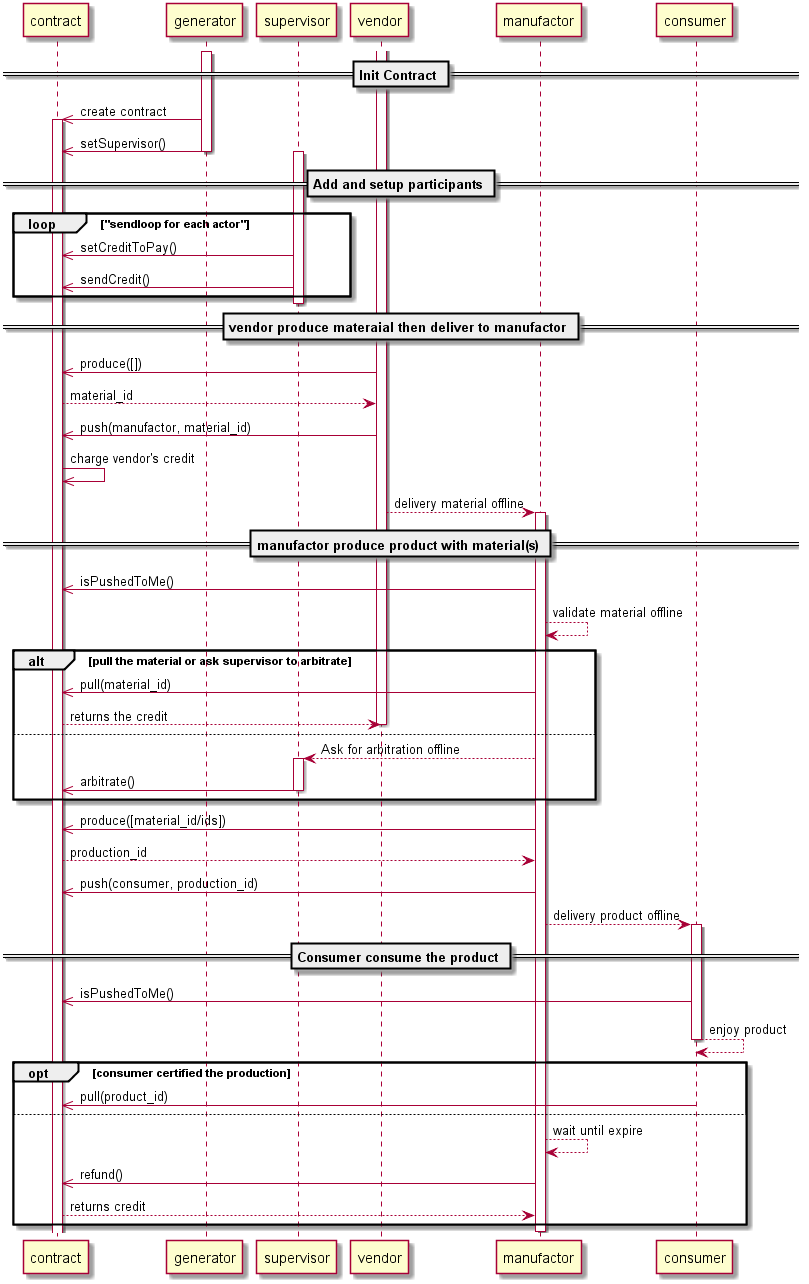
The PlantUML diagram plantuml/sequence.png in txcary/traceability, before a commit.
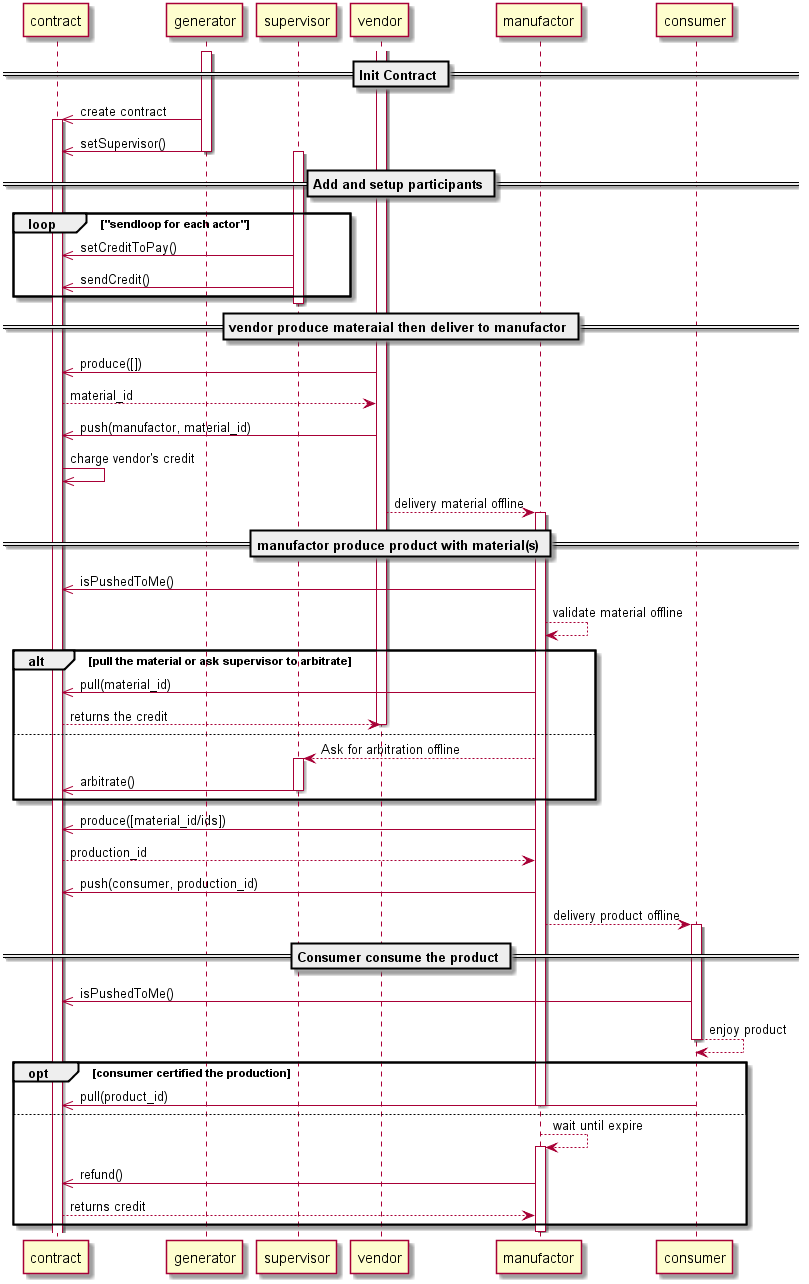
The same file after the commit.

What changed in the source:
```diff
@@ -56,7 +56,9 @@
 opt consumer certified the production
 consumer->>contract: pull(product_id)
 else
+deactivate manufactor
 manufactor-->manufactor: wait until expire
+activate manufactor
 manufactor->>contract: refund()
 contract-->manufactor: returns credit
 end
```
